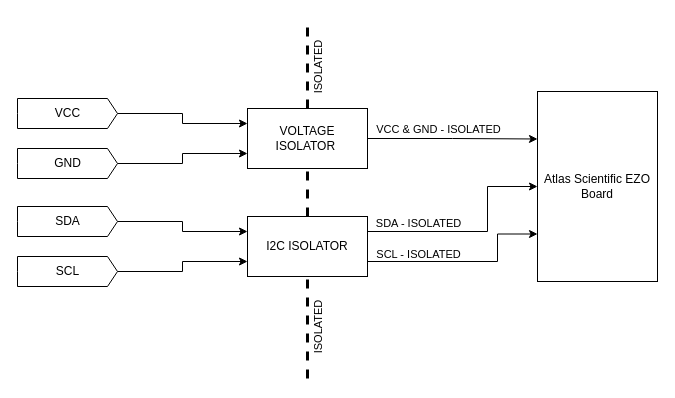
Earlier version of the draw.io diagram page "I2C Bus Isolator" (3 of 4) of Functional Requirements/Figures/Functional Requirements - Power Distribution Board_Diagrams.drawio (joshlendi/Dionysus-PowerDistributionBoard). Source tidied: cells renumbered, new cells numbered last; positions are measured from the earlier drawing's top-left corner, leaving out a move shared by most shapes. Both pictures are drawn from the tidied source at 100%, with x=0, y=0 at pixel (17, 18).
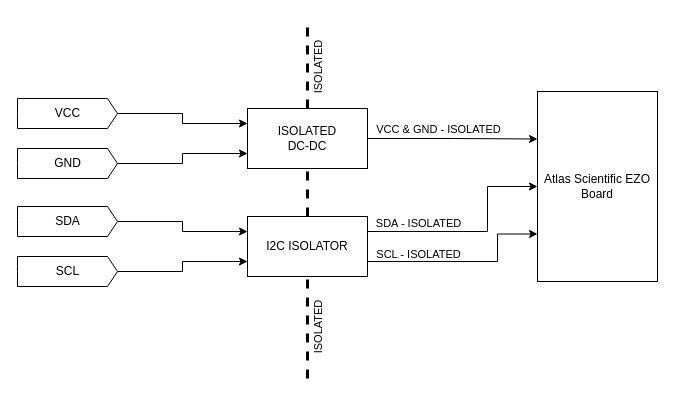
Above is the later version.

Diff of the diagram source:
```diff
@@
-    <mxCell id="17" value="VOLTAGE ISOLATOR&amp;nbsp;" style="rounded=0;whiteSpace=wrap;html=1;" parent="1" vertex="1">
+    <mxCell id="17" value="ISOLATED&lt;br&gt;DC-DC" style="rounded=0;whiteSpace=wrap;html=1;" parent="1" vertex="1">
       <mxGeometry x="230" y="90" width="120" height="60" as="geometry" />
     </mxCell>
```
